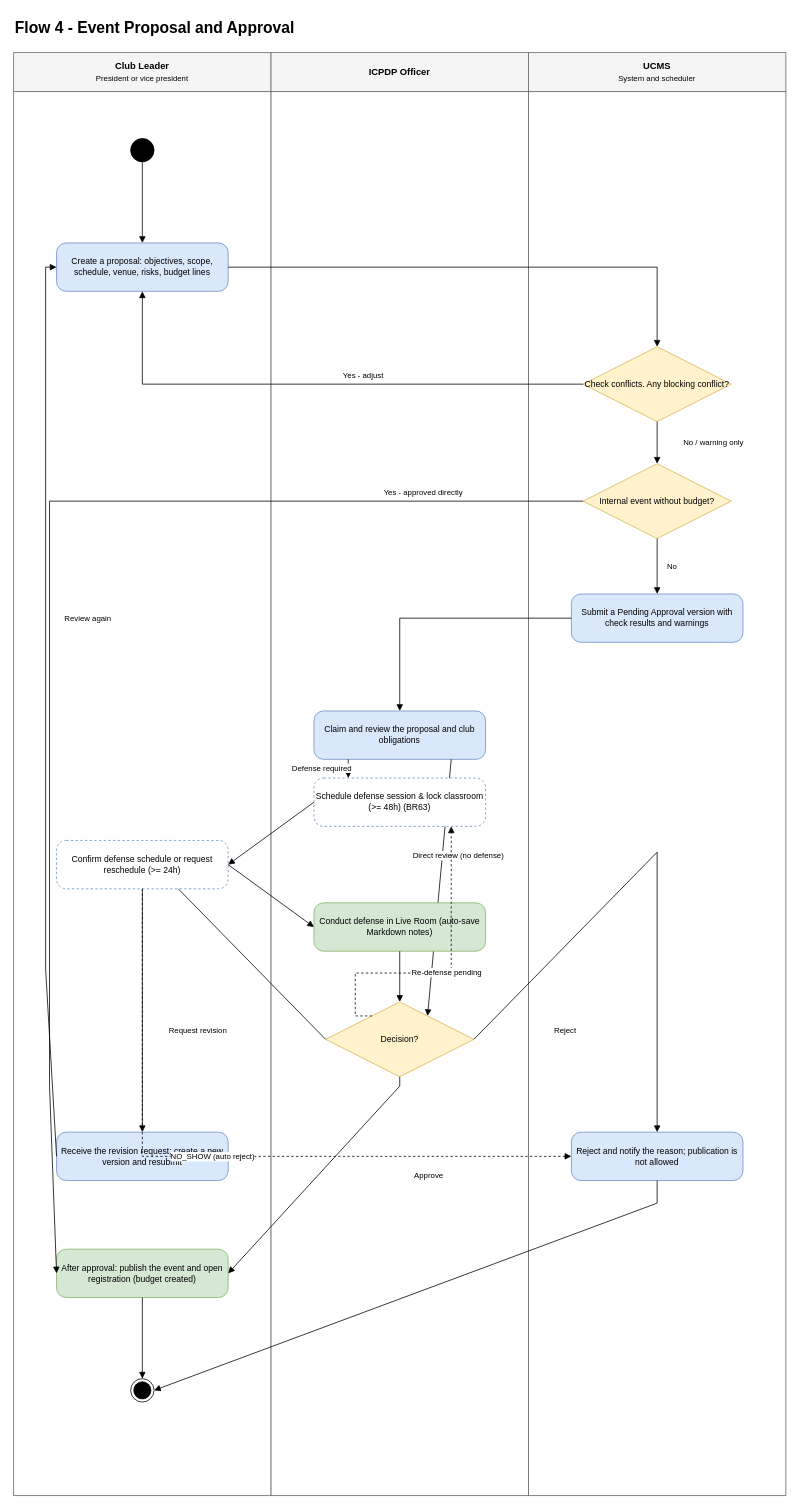
Before: page "04 Event Proposal" (4 of 14) of docs/03-diagrams/UCMS_Swimlane_Flows.drawio in nvdekay/ClubManagementSystem, a draw.io diagram. Source tidied: cells renumbered, new cells numbered last; positions are measured from the earlier drawing's top-left corner, leaving out a move shared by most shapes. Both pictures are drawn from the tidied source at 78%, with x=0, y=0 at pixel (13, 13).
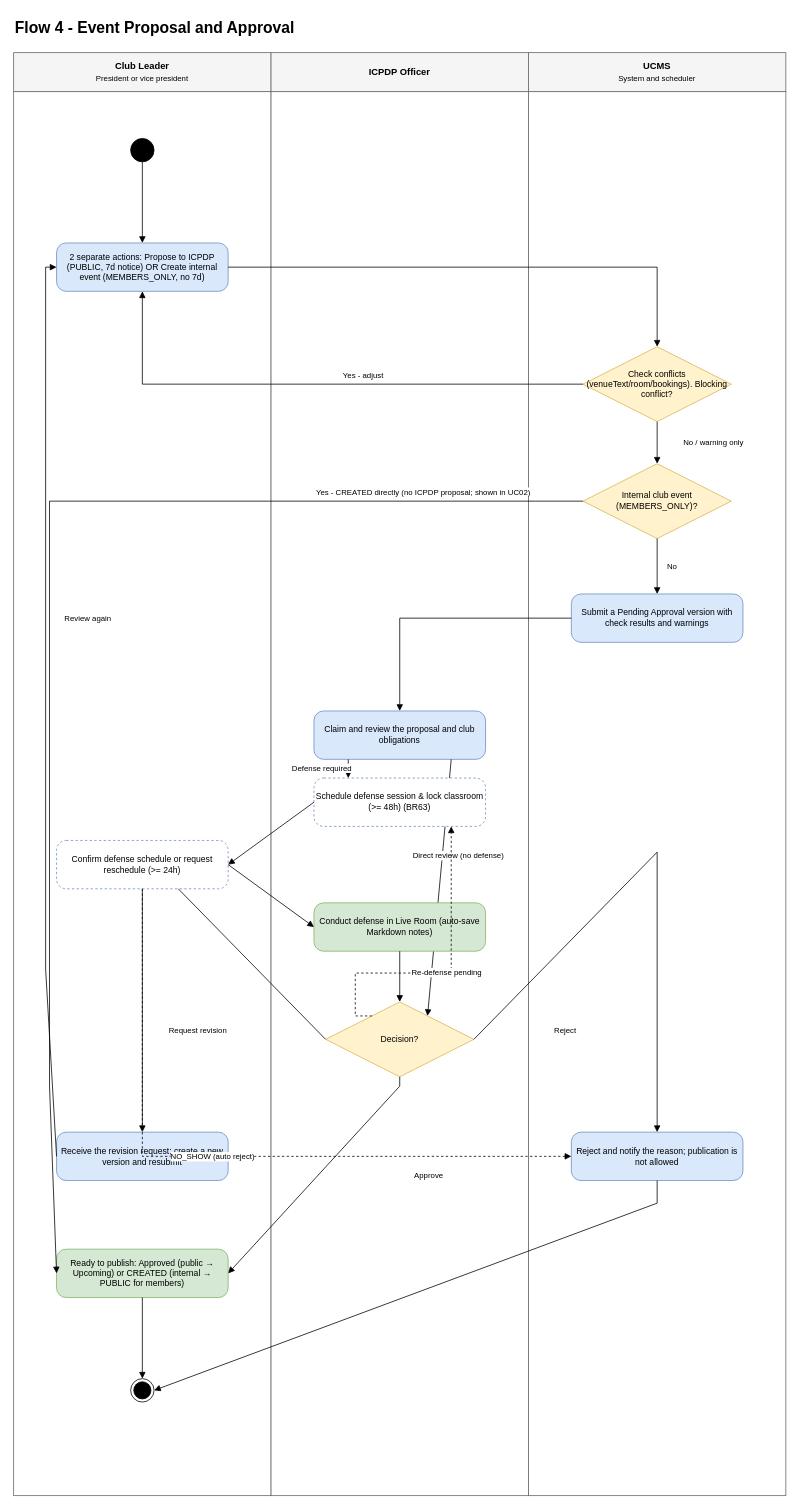
The same diagram, later.

Commit message (it also covers changes not shown here):
docs(diagrams): update event lifecycle and internal club event diagrams

Diff of the diagram source:
```diff
@@
-    <mxCell id="10" value="Create a proposal: objectives, scope, schedule, venue, risks, budget lines" style="rounded=1;arcSize=20;whiteSpace=wrap;html=1;fillColor=#dae8fc;strokeColor=#6c8ebf;fontSize=11;" parent="1" vertex="1">
+    <mxCell id="10" value="2 separate actions: Propose to ICPDP (PUBLIC, 7d notice) OR Create internal event (MEMBERS_ONLY, no 7d)" style="rounded=1;arcSize=20;whiteSpace=wrap;html=1;fillColor=#dae8fc;strokeColor=#6c8ebf;fontSize=11;" parent="1" vertex="1">
       <mxGeometry x="55" y="294" width="220" height="62" as="geometry" />
     </mxCell>
-    <mxCell id="11" value="Check conflicts. Any blocking conflict?" style="rhombus;whiteSpace=wrap;html=1;fillColor=#fff2cc;strokeColor=#d6b656;fontSize=11;" parent="1" vertex="1">
+    <mxCell id="11" value="Check conflicts (venueText/room/bookings). Blocking conflict?" style="rhombus;whiteSpace=wrap;html=1;fillColor=#fff2cc;strokeColor=#d6b656;fontSize=11;" parent="1" vertex="1">
       <mxGeometry x="730" y="427" width="190" height="96" as="geometry" />
     </mxCell>
-    <mxCell id="12" value="Internal event without budget?" style="rhombus;whiteSpace=wrap;html=1;fillColor=#fff2cc;strokeColor=#d6b656;fontSize=11;" parent="1" vertex="1">
+    <mxCell id="12" value="Internal club event (MEMBERS_ONLY)?" style="rhombus;whiteSpace=wrap;html=1;fillColor=#fff2cc;strokeColor=#d6b656;fontSize=11;" parent="1" vertex="1">
       <mxGeometry x="730" y="577" width="190" height="96" as="geometry" />
     </mxCell>
@@
-    <mxCell id="18" value="After approval: publish the event and open registration (budget created)" style="rounded=1;arcSize=20;whiteSpace=wrap;html=1;fillColor=#d5e8d4;strokeColor=#82b366;fontSize=11;" parent="1" vertex="1">
+    <mxCell id="18" value="Ready to publish: Approved (public → Upcoming) or CREATED (internal → PUBLIC for members)" style="rounded=1;arcSize=20;whiteSpace=wrap;html=1;fillColor=#d5e8d4;strokeColor=#82b366;fontSize=11;" parent="1" vertex="1">
       <mxGeometry x="55" y="1584" width="220" height="62" as="geometry" />
     </mxCell>
@@
-    <mxCell id="37" value="Yes - approved directly" style="text;html=1;fontSize=10;align=center;verticalAlign=middle;labelBackgroundColor=#ffffff;" parent="1" vertex="1">
+    <mxCell id="37" value="Yes - CREATED directly (no ICPDP proposal; shown in UC02)" style="text;html=1;fontSize=10;align=center;verticalAlign=middle;labelBackgroundColor=#ffffff;" parent="1" vertex="1">
       <mxGeometry x="438" y="604" width="173" height="18" as="geometry" />
     </mxCell>
```
